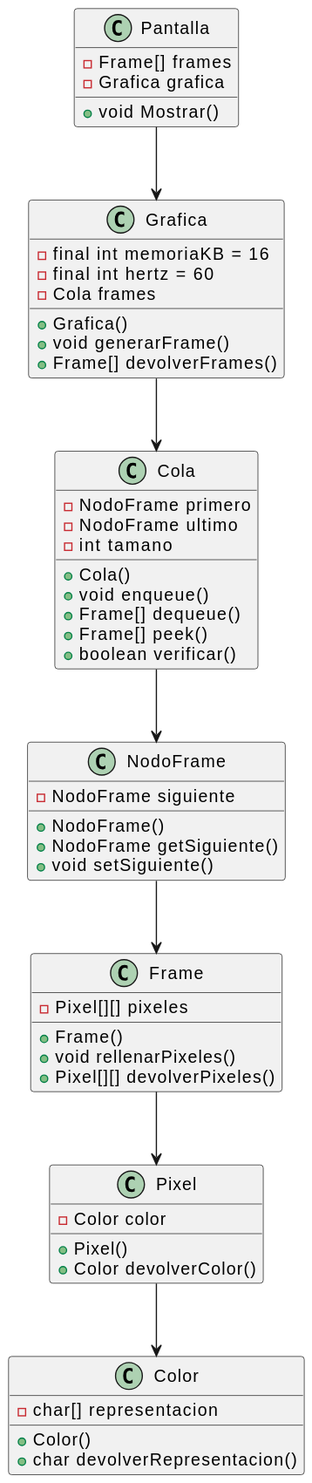
Before: entregas/GutierrezMarcos/Reto-001/Diagramas/diagrama.svg, a diagram exported from PlantUML (mmasias/24-25-EDA2).
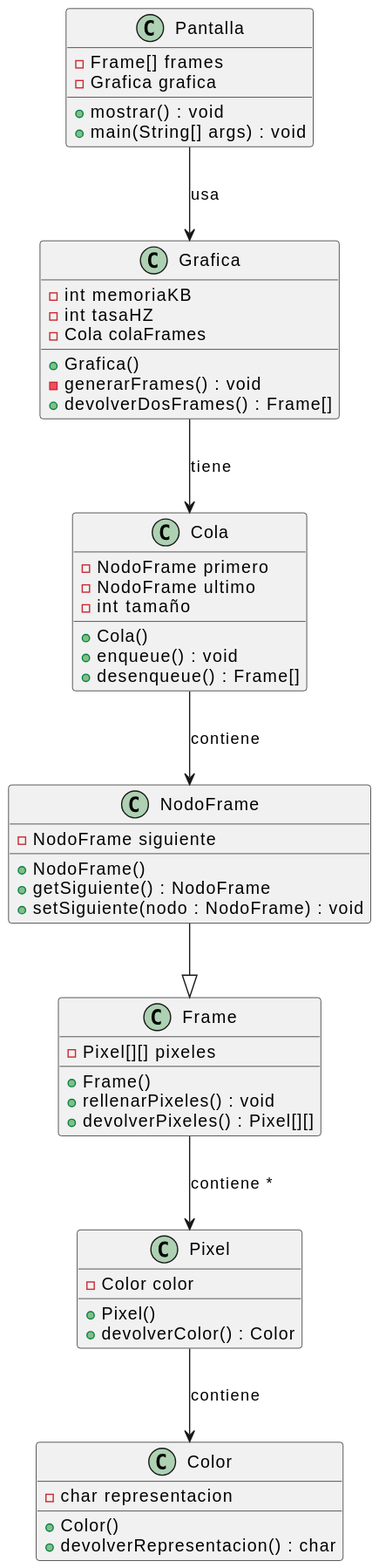
Above is the later version.

Commit message:
Diagrama uml

Diff of the diagram source:
```diff
@@ -1,60 +1,59 @@
 @startuml
 class Pantalla {
-    - Frame[] frames
-    - Grafica grafica
-    + void Mostrar()
+  - Frame[] frames
+  - Grafica grafica
+  + mostrar() : void
+  + main(String[] args) : void
 }
 
 class Grafica {
-    - final int memoriaKB = 16
-    - final int hertz = 60
-    - Cola frames
-    + Grafica()
-    + void generarFrame()
-    + Frame[] devolverFrames()
+  - int memoriaKB
+  - int tasaHZ
+  - Cola colaFrames
+  + Grafica()
+  - generarFrames() : void
+  + devolverDosFrames() : Frame[]
 }
 
 class Cola {
-    - NodoFrame primero
-    - NodoFrame ultimo
-    - int tamano
-    + Cola()
-    + void enqueue()
-    + Frame[] dequeue()
-    + Frame[] peek()
-    + boolean verificar()
+  - NodoFrame primero
+  - NodoFrame ultimo
+  - int tamaño
+  + Cola()
+  + enqueue() : void
+  + desenqueue() : Frame[]
 }
 
 class NodoFrame {
-    - NodoFrame siguiente
-    + NodoFrame()
-    + NodoFrame getSiguiente()
-    + void setSiguiente()
+  - NodoFrame siguiente
+  + NodoFrame()
+  + getSiguiente() : NodoFrame
+  + setSiguiente(nodo : NodoFrame) : void
 }
 
 class Frame {
-    - Pixel[][] pixeles
-    + Frame()
-    + void rellenarPixeles()
-    + Pixel[][] devolverPixeles()
+  - Pixel[][] pixeles
+  + Frame()
+  + rellenarPixeles() : void
+  + devolverPixeles() : Pixel[][]
 }
 
 class Pixel {
-    - Color color
-    + Pixel()
-    + Color devolverColor()
+  - Color color
+  + Pixel()
+  + devolverColor() : Color
 }
 
 class Color {
-    - char[] representacion
-    + Color()
-    + char devolverRepresentacion()
+  - char representacion
+  + Color()
+  + devolverRepresentacion() : char
 }
 
-Pantalla --> Grafica
-Grafica --> Cola
-Cola --> NodoFrame
-NodoFrame --> Frame
-Frame --> Pixel
-Pixel --> Color
+Pantalla --> Grafica : usa
+Grafica --> Cola : tiene
+Cola --> NodoFrame : contiene
+NodoFrame --|> Frame
+Frame --> Pixel : contiene *
+Pixel --> Color : contiene
 @enduml
```
